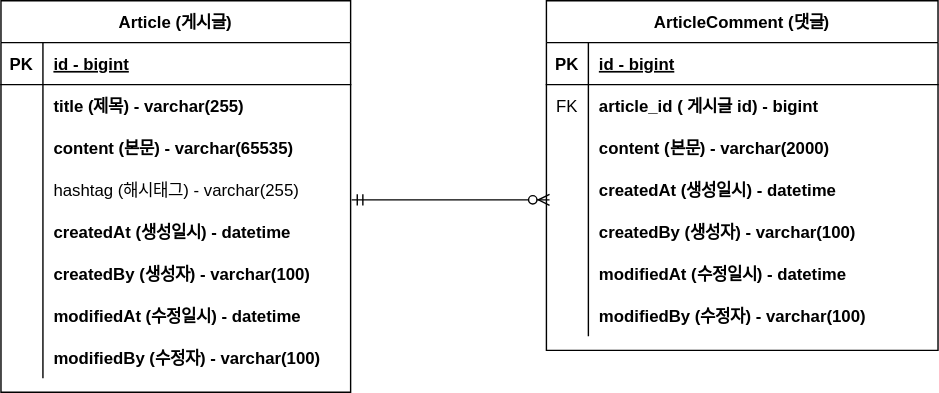
best-jinny/board-project keeps this draw.io diagram as document/board-project-erd.svg. Above is the earlier version. Source tidied: cells renumbered, new cells last; positions are measured from the earlier drawing's top-left corner, leaving out a move shared by most shapes.
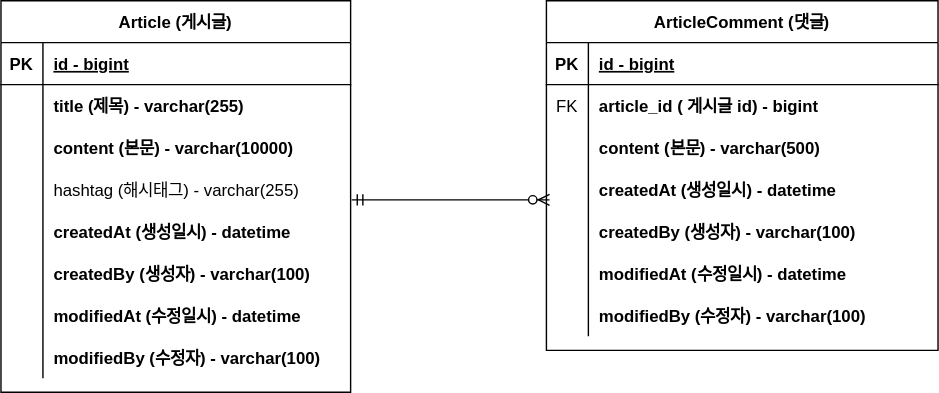
Later version of the same file.

Commit message:
#10 - erd 업데이트 : content 사이즈 변경

What changed in the source:
```diff
@@ -29,7 +29,7 @@
     <mxCell id="10" style="shape=partialRectangle;overflow=hidden;fillColor=none;top=0;left=0;bottom=0;right=0;" parent="9" vertex="1">
       <mxGeometry width="30" height="30" as="geometry" />
     </mxCell>
-    <mxCell id="11" value="content (본문) - varchar(65535)" style="shape=partialRectangle;overflow=hidden;fillColor=none;top=0;left=0;bottom=0;right=0;align=left;spacingLeft=6;fontStyle=1;" parent="9" vertex="1">
+    <mxCell id="11" value="content (본문) - varchar(10000)" style="shape=partialRectangle;overflow=hidden;fillColor=none;top=0;left=0;bottom=0;right=0;align=left;spacingLeft=6;fontStyle=1;" parent="9" vertex="1">
       <mxGeometry x="30" width="220" height="30" as="geometry" />
     </mxCell>
     <mxCell id="12" style="shape=partialRectangle;fillColor=none;points=[[0,0.5],[1,0.5]];portConstraint=eastwest;top=0;left=0;right=0;bottom=0;" parent="2" vertex="1">
@@ -104,7 +104,7 @@
     <mxCell id="35" style="shape=partialRectangle;overflow=hidden;fillColor=none;top=0;left=0;bottom=0;right=0;" parent="34" vertex="1">
       <mxGeometry width="30" height="30" as="geometry" />
     </mxCell>
-    <mxCell id="36" value="content (본문) - varchar(2000) " style="shape=partialRectangle;overflow=hidden;fillColor=none;top=0;left=0;bottom=0;right=0;align=left;spacingLeft=6;fontStyle=1;" parent="34" vertex="1">
+    <mxCell id="36" value="content (본문) - varchar(500) " style="shape=partialRectangle;overflow=hidden;fillColor=none;top=0;left=0;bottom=0;right=0;align=left;spacingLeft=6;fontStyle=1;" parent="34" vertex="1">
       <mxGeometry x="30" width="250" height="30" as="geometry" />
     </mxCell>
     <mxCell id="37" style="shape=partialRectangle;fillColor=none;points=[[0,0.5],[1,0.5]];portConstraint=eastwest;top=0;left=0;right=0;bottom=0;" parent="27" vertex="1">
```
